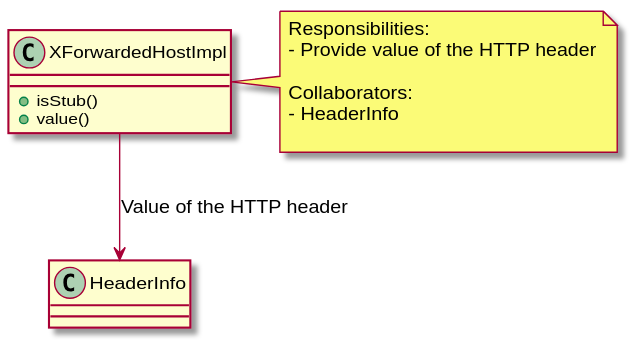
Laukkala/cfe_16 keeps this PlantUML diagram as docs/documentation/doxygen/inline_umlgraph_5.svg. Above is the earlier version. Its diagram source:
```plantuml
@startuml inline_umlgraph_5.svg
class XForwardedHostImpl {
  + isStub()
  + value()
}

XForwardedHostImpl --> HeaderInfo : Value of the HTTP header

note right of XForwardedHostImpl
Responsibilities:
- Provide value of the HTTP header

Collaborators:
- HeaderInfo

end note
@enduml
```
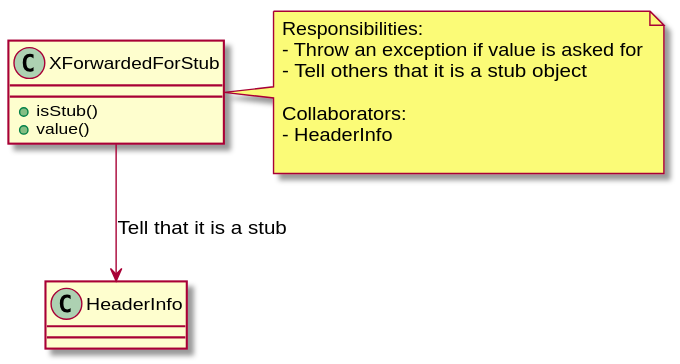
After the commit.

Change to the diagram source:
```diff
@@ -1,14 +1,15 @@
 @startuml inline_umlgraph_5.svg
-class XForwardedHostImpl {
+class XForwardedForStub {
   + isStub()
   + value()
 }
 
-XForwardedHostImpl --> HeaderInfo : Value of the HTTP header
+XForwardedForStub --> HeaderInfo : Tell that it is a stub
 
-note right of XForwardedHostImpl
+note right of XForwardedForStub
 Responsibilities:
-- Provide value of the HTTP header
+- Throw an exception if value is asked for
+- Tell others that it is a stub object
 
 Collaborators:
 - HeaderInfo
```
